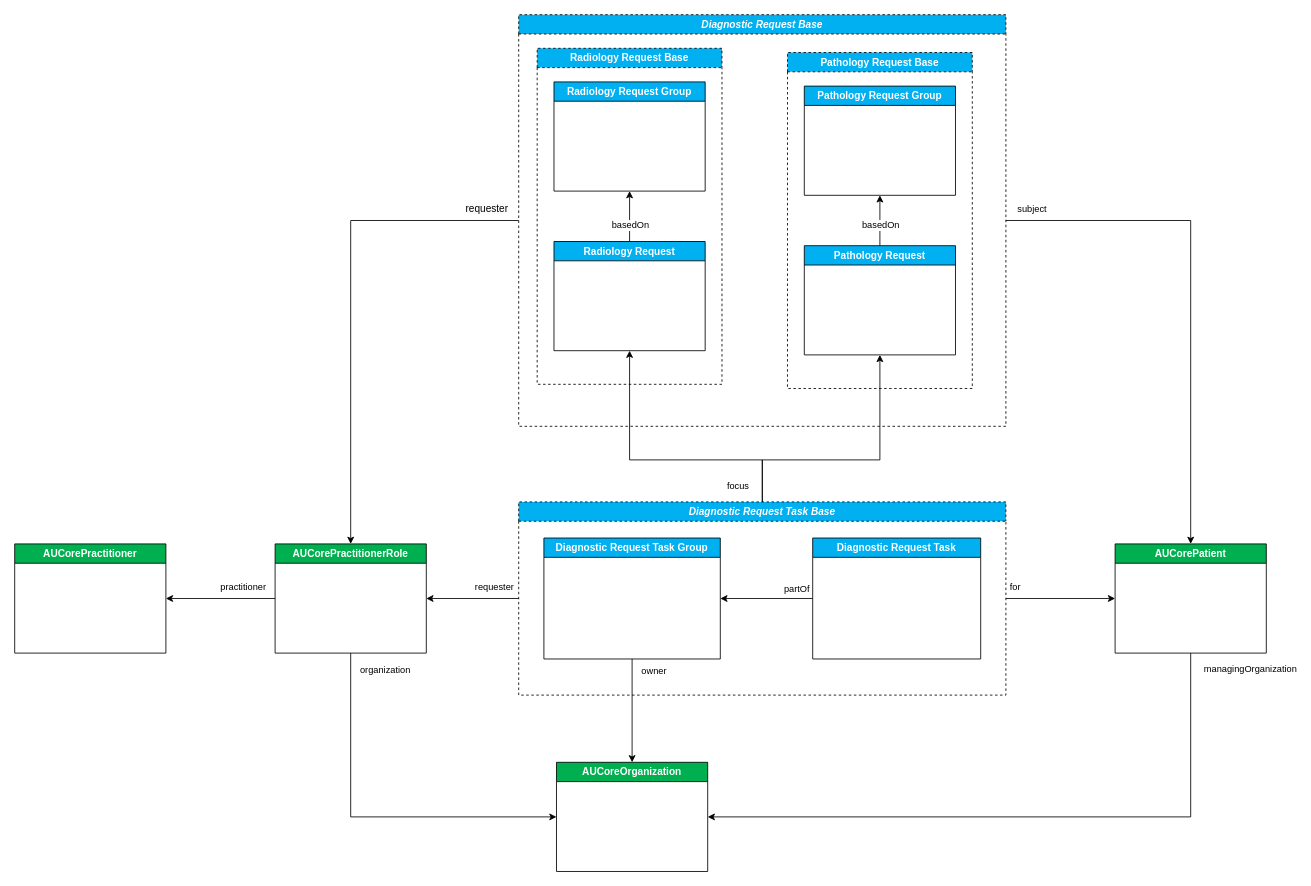
Before: page "eRequesting Profiles" (1 of 3) of input/images-source/erequesting-profiles.drawio in hl7au/au-fhir-erequesting, a draw.io diagram. Source tidied: cells renumbered, new cells numbered last; positions are measured from the earlier drawing's top-left corner, leaving out a move shared by most shapes. Both pictures are drawn from the tidied source at 84%, with x=0, y=0 at pixel (14, 14).
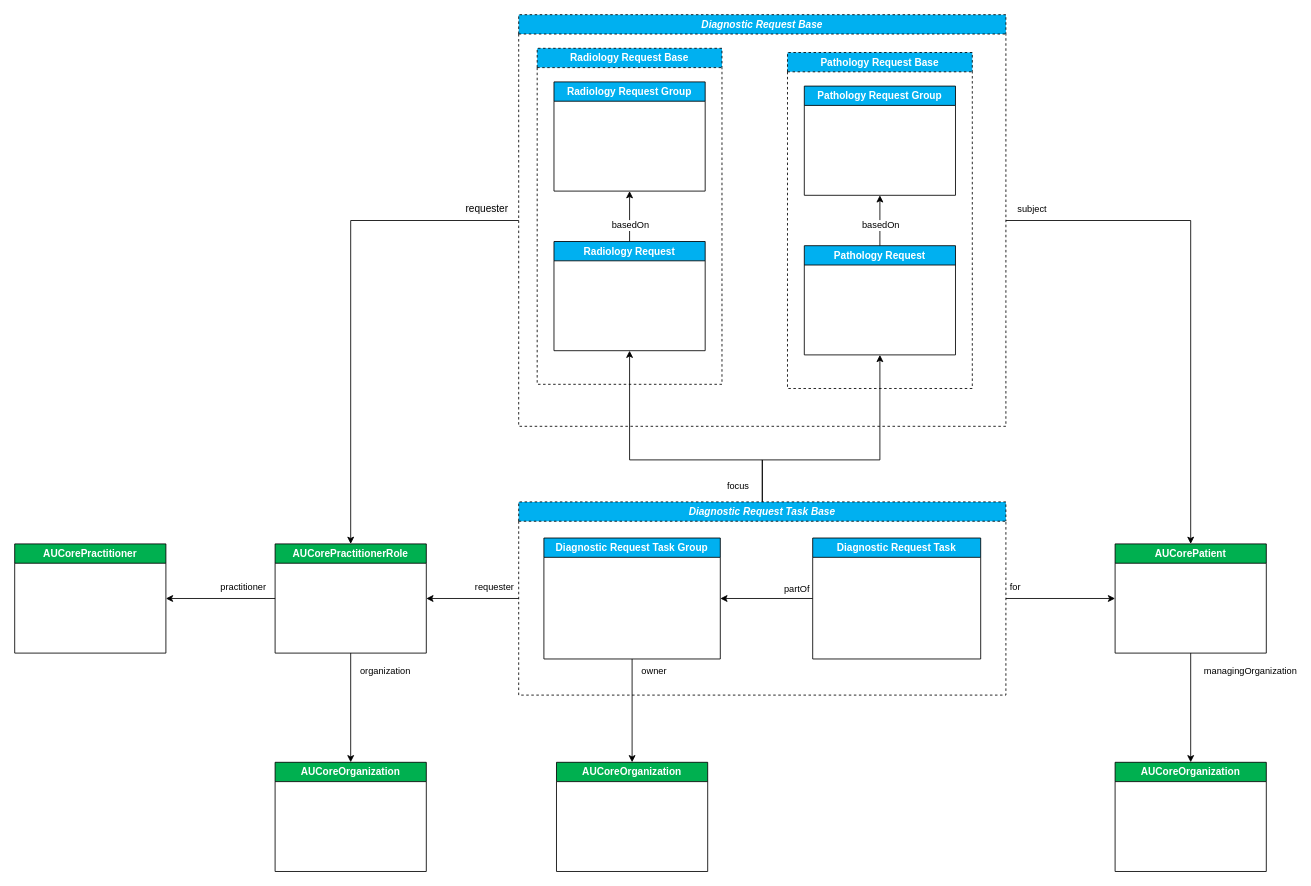
The same page after the edit.

Commit message (it also covers changes not shown here):
Updated AUCoreOrganization references in eRequesting profiles diagram

The change refers to these unchanged cells:
```xml
<mxCell id="17" value="AUCorePatient" style="swimlane;whiteSpace=wrap;html=1;fillColor=#00b050;fontColor=#FFFFFF;" parent="1" vertex="1">
  <mxGeometry x="1310" y="630" width="180" height="130" as="geometry" />
</mxCell>
<mxCell id="20" value="AUCorePractitionerRole" style="swimlane;whiteSpace=wrap;html=1;fillColor=#00b050;fontColor=#FFFFFF;" parent="1" vertex="1">
  <mxGeometry x="310" y="630" width="180" height="130" as="geometry" />
</mxCell>
<mxCell id="38" value="AUCoreOrganization" style="swimlane;whiteSpace=wrap;html=1;fillColor=#00b050;fontColor=#FFFFFF;" parent="1" vertex="1">
  <mxGeometry x="645" y="890" width="180" height="130" as="geometry" />
</mxCell>
```

The edit, as a diff of the source:
```diff
@@
-    <mxCell id="15" style="edgeStyle=orthogonalEdgeStyle;rounded=0;jettySize=auto;html=1;entryX=1;entryY=0.5;entryDx=0;entryDy=0;exitX=0.5;exitY=1;exitDx=0;exitDy=0;" parent="1" edge="1" source="17" target="38">
-      <mxGeometry relative="1" as="geometry">
-        <Array as="points">
-          <mxPoint x="1400" y="955" />
-        </Array>
-      </mxGeometry>
+    <mxCell id="15" style="edgeStyle=orthogonalEdgeStyle;rounded=0;jettySize=auto;html=1;entryX=0.5;entryY=0;entryDx=0;entryDy=0;exitX=0.5;exitY=1;exitDx=0;exitDy=0;" parent="1" edge="1" source="17" target="42">
+      <mxGeometry relative="1" as="geometry" />
     </mxCell>
     <mxCell id="16" value="managingOrganization" style="edgeLabel;html=1;align=center;verticalAlign=middle;" parent="15" vertex="1">
       <mxGeometry x="-0.56" y="1" relative="1" as="geometry">
-        <mxPoint x="69" y="-151" as="offset" />
+        <mxPoint x="69" y="-9" as="offset" />
       </mxGeometry>
     </mxCell>
@@
-    <mxCell id="18" style="edgeStyle=orthogonalEdgeStyle;rounded=0;jettySize=auto;html=1;entryX=0;entryY=0.5;entryDx=0;entryDy=0;exitX=0.5;exitY=1;exitDx=0;exitDy=0;" parent="1" edge="1" source="20" target="38">
-      <mxGeometry relative="1" as="geometry">
-        <Array as="points">
-          <mxPoint x="400" y="955" />
-        </Array>
-      </mxGeometry>
+    <mxCell id="18" style="edgeStyle=orthogonalEdgeStyle;rounded=0;jettySize=auto;html=1;entryX=0.5;entryY=0;entryDx=0;entryDy=0;exitX=0.5;exitY=1;exitDx=0;exitDy=0;" parent="1" edge="1" source="20" target="41">
+      <mxGeometry relative="1" as="geometry" />
     </mxCell>
     <mxCell id="19" value="organization" style="edgeLabel;html=1;align=center;verticalAlign=middle;" parent="18" vertex="1">
       <mxGeometry x="-0.22" y="-2" relative="1" as="geometry">
-        <mxPoint x="42" y="-153" as="offset" />
+        <mxPoint x="42" y="-31" as="offset" />
       </mxGeometry>
     </mxCell>
@@
+    <mxCell id="41" value="AUCoreOrganization" style="swimlane;whiteSpace=wrap;html=1;fillColor=#00b050;fontColor=#FFFFFF;" parent="1" vertex="1">
+      <mxGeometry x="310" y="890" width="180" height="130" as="geometry" />
+    </mxCell>
+    <mxCell id="42" value="AUCoreOrganization" style="swimlane;whiteSpace=wrap;html=1;fillColor=#00b050;fontColor=#FFFFFF;" parent="1" vertex="1">
+      <mxGeometry x="1310" y="890" width="180" height="130" as="geometry" />
+    </mxCell>
```
